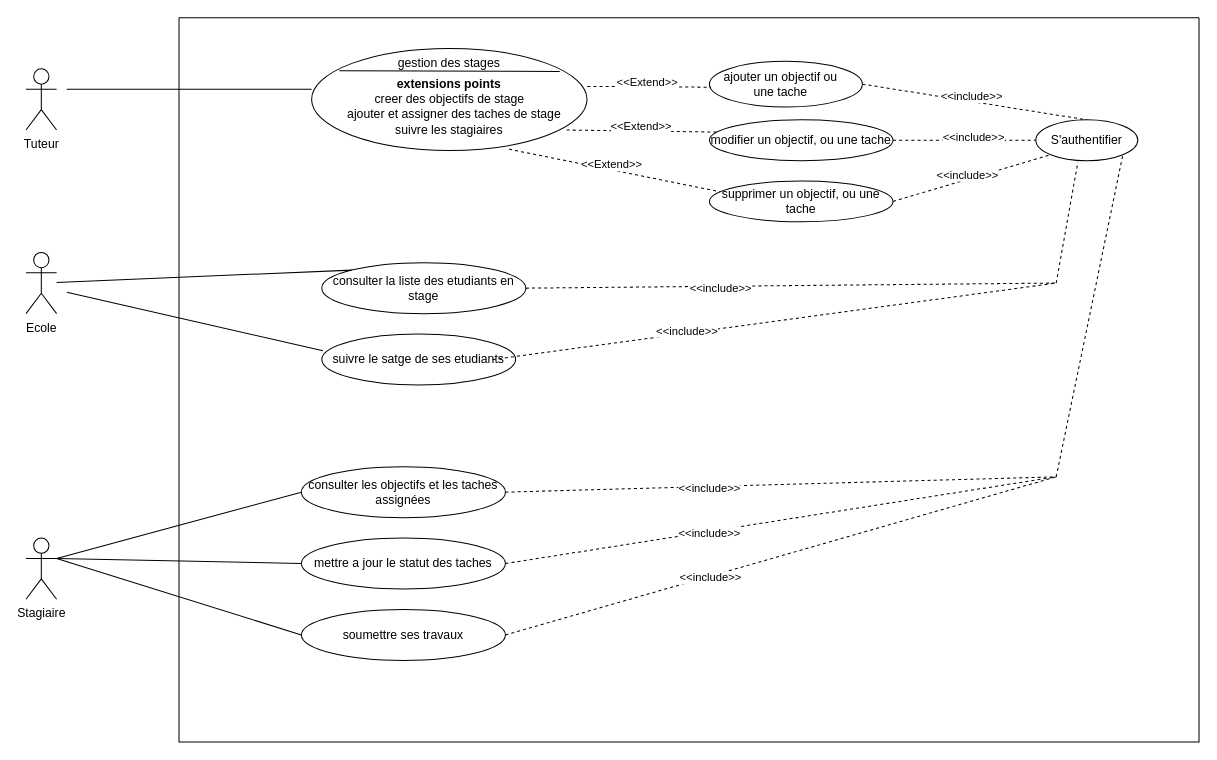
Before: public/assets/Diagramme sans nom.drawio in A2blackMZ/Sams-Dine-ALIDOU, a draw.io diagram. Source tidied: cells renumbered, new cells numbered last; positions are measured from the earlier drawing's top-left corner, leaving out a move shared by most shapes. Both pictures are drawn from the tidied source at 102%, with x=0, y=0 at pixel (26, 17).
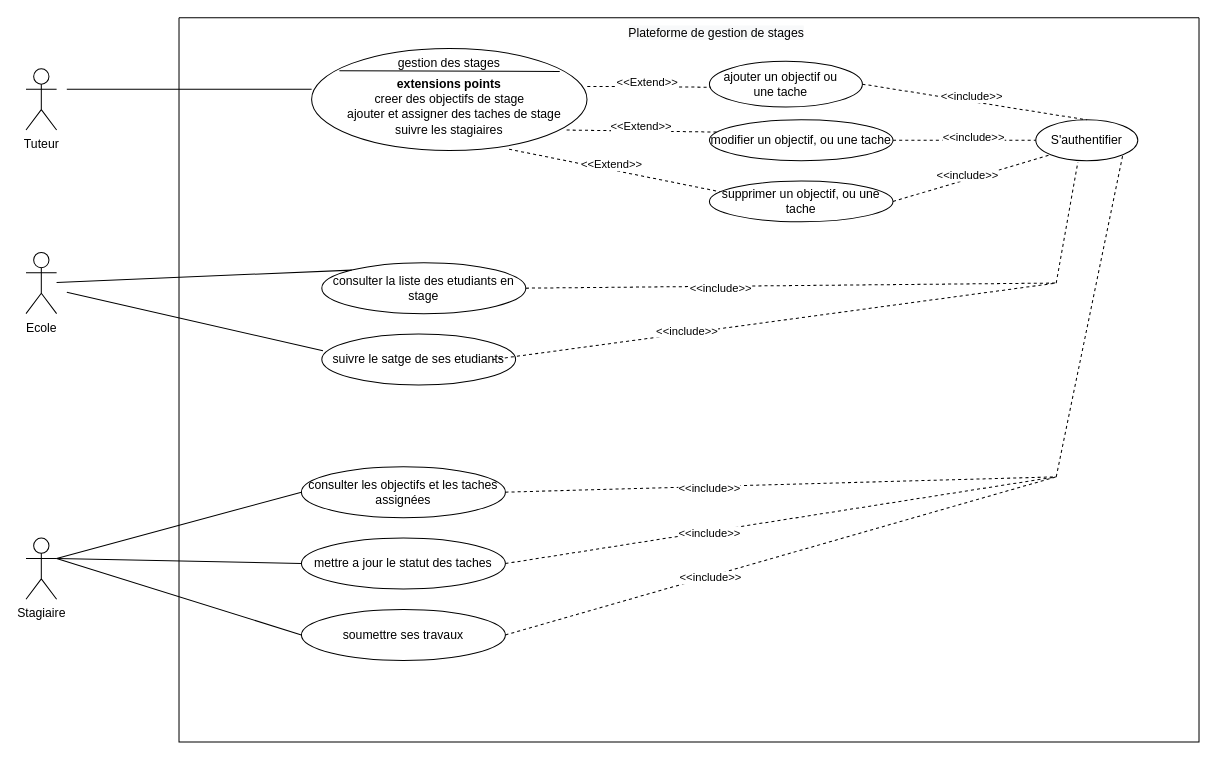
Above is the later version.

Commit message:
Mettre à jour Diagramme sans nom.drawio

Unchanged cells that the change refers to:
```xml
<mxCell id="3" value="&#10;" style="swimlane;startSize=0;" parent="1" vertex="1">
  <mxGeometry x="150" width="1000" height="710" as="geometry" />
</mxCell>
```

The edit, as a diff of the source:
```diff
@@
+    <mxCell id="53" value="&lt;span style=&quot;font-family: Helvetica, &amp;quot;VP Default&amp;quot;; background-color: rgb(248, 249, 250);&quot;&gt;Plateforme de gestion de stages&lt;/span&gt;" style="text;html=1;align=center;verticalAlign=middle;whiteSpace=wrap;rounded=0;" parent="3" vertex="1">
+      <mxGeometry x="427" width="200" height="30" as="geometry" />
+    </mxCell>
```
